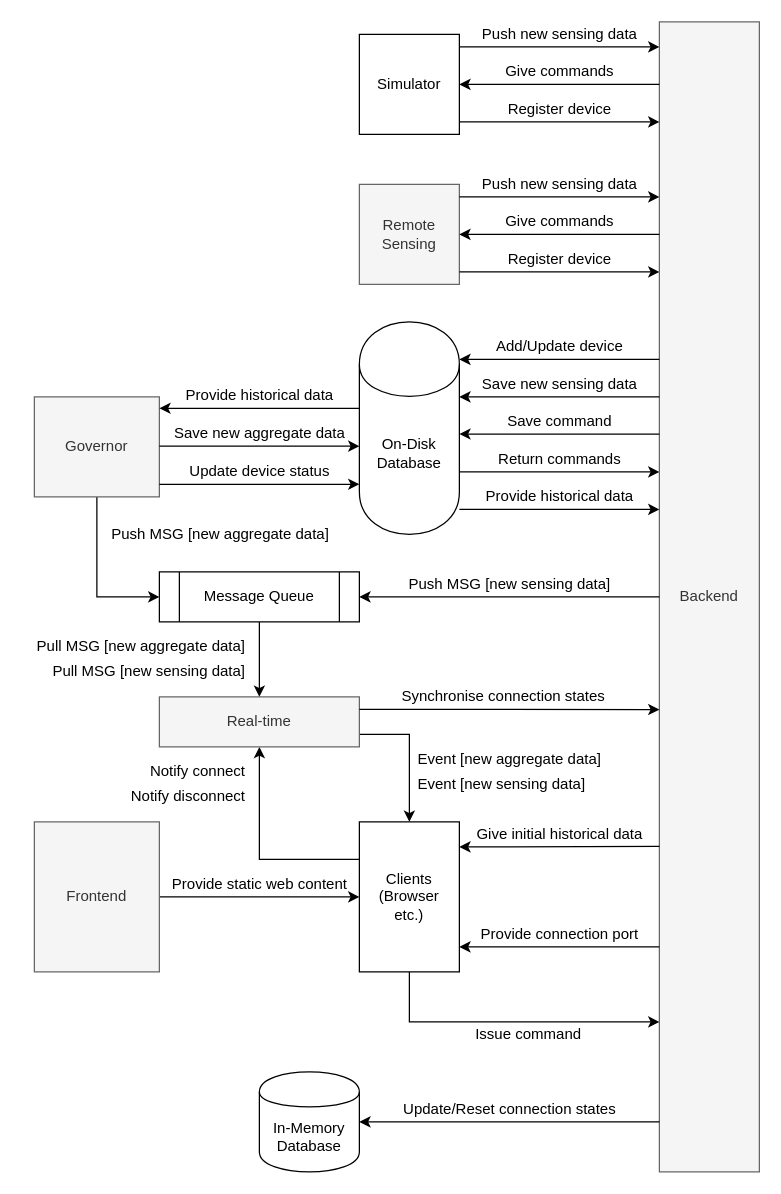
Before: drawios/c4-toplevel.drawio in Zachaccino/Thesis-Paper, a draw.io diagram. Source tidied: cells renumbered, new cells numbered last; positions are measured from the earlier drawing's top-left corner, leaving out a move shared by most shapes. Both pictures are drawn from the tidied source at 125%, with x=0, y=0 at pixel (21, 21).
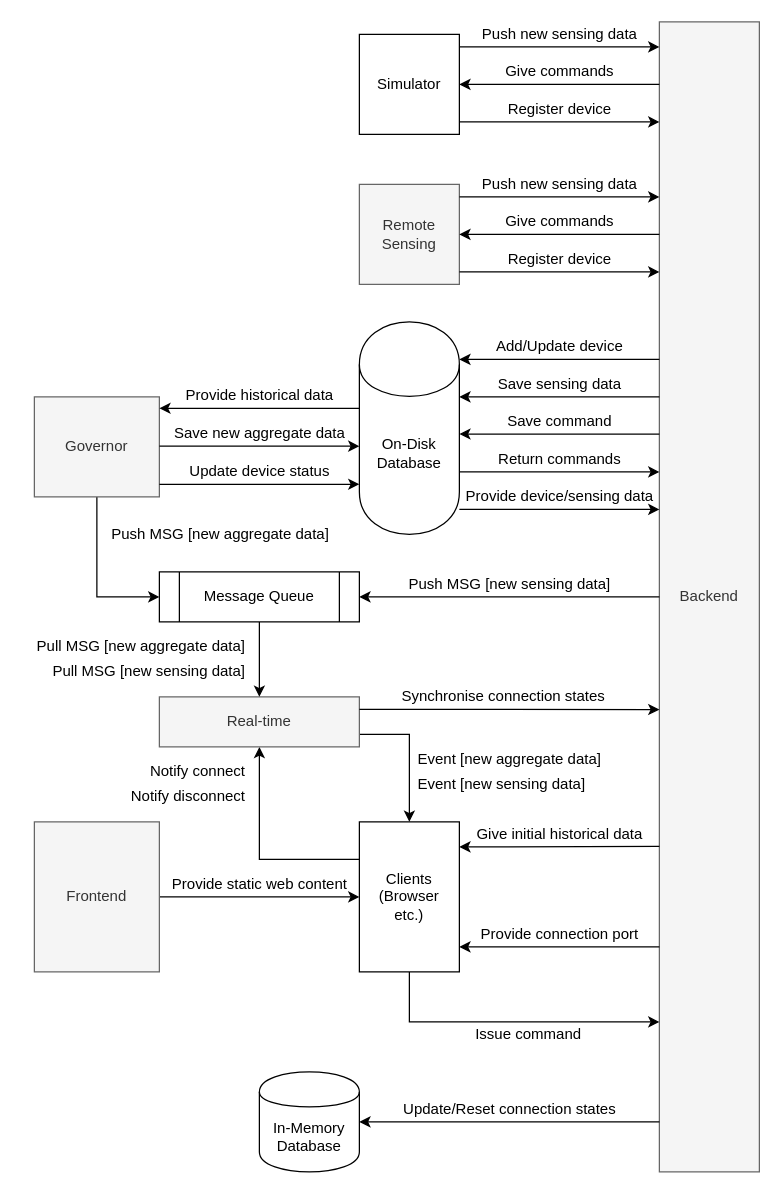
The same page after the edit.

Diff of the diagram source:
```diff
@@
-    <mxCell id="23" value="Save new sensing data" style="text;html=1;align=center;verticalAlign=middle;fontSize=12;" parent="1" vertex="1">
-      <mxGeometry x="360" y="280" width="140" height="20" as="geometry" />
+    <mxCell id="23" value="Save sensing data" style="text;html=1;align=center;verticalAlign=middle;fontSize=12;" parent="1" vertex="1">
+      <mxGeometry x="375" y="280" width="110" height="20" as="geometry" />
     </mxCell>
@@
-    <mxCell id="29" value="Provide historical data" style="text;html=1;align=center;verticalAlign=middle;fontSize=12;" parent="1" vertex="1">
-      <mxGeometry x="365" y="370" width="130" height="20" as="geometry" />
+    <mxCell id="29" value="Provide device/sensing data" style="text;html=1;align=center;verticalAlign=middle;fontSize=12;" parent="1" vertex="1">
+      <mxGeometry x="345" y="370" width="170" height="20" as="geometry" />
     </mxCell>
```
